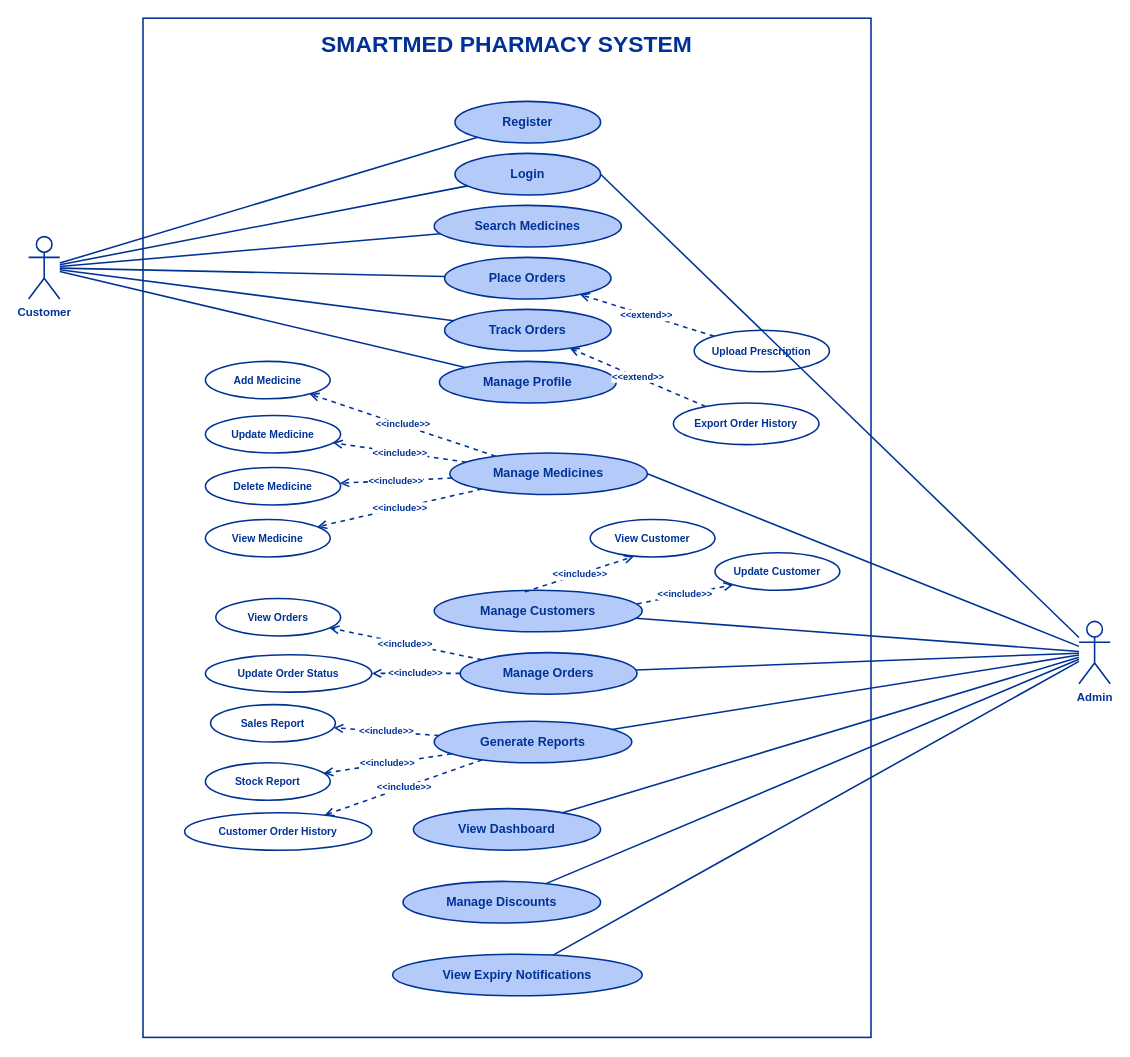
MNSBaanu/SmartMed keeps this draw.io diagram as Docs/Diagrams/Usecase.drawio. Above is the earlier version. Source tidied: cells renumbered, new cells numbered last; positions are measured from the earlier drawing's top-left corner, leaving out a move shared by most shapes. Both pictures are drawn from the tidied source at 104%, with x=0, y=0 at pixel (28, 18).
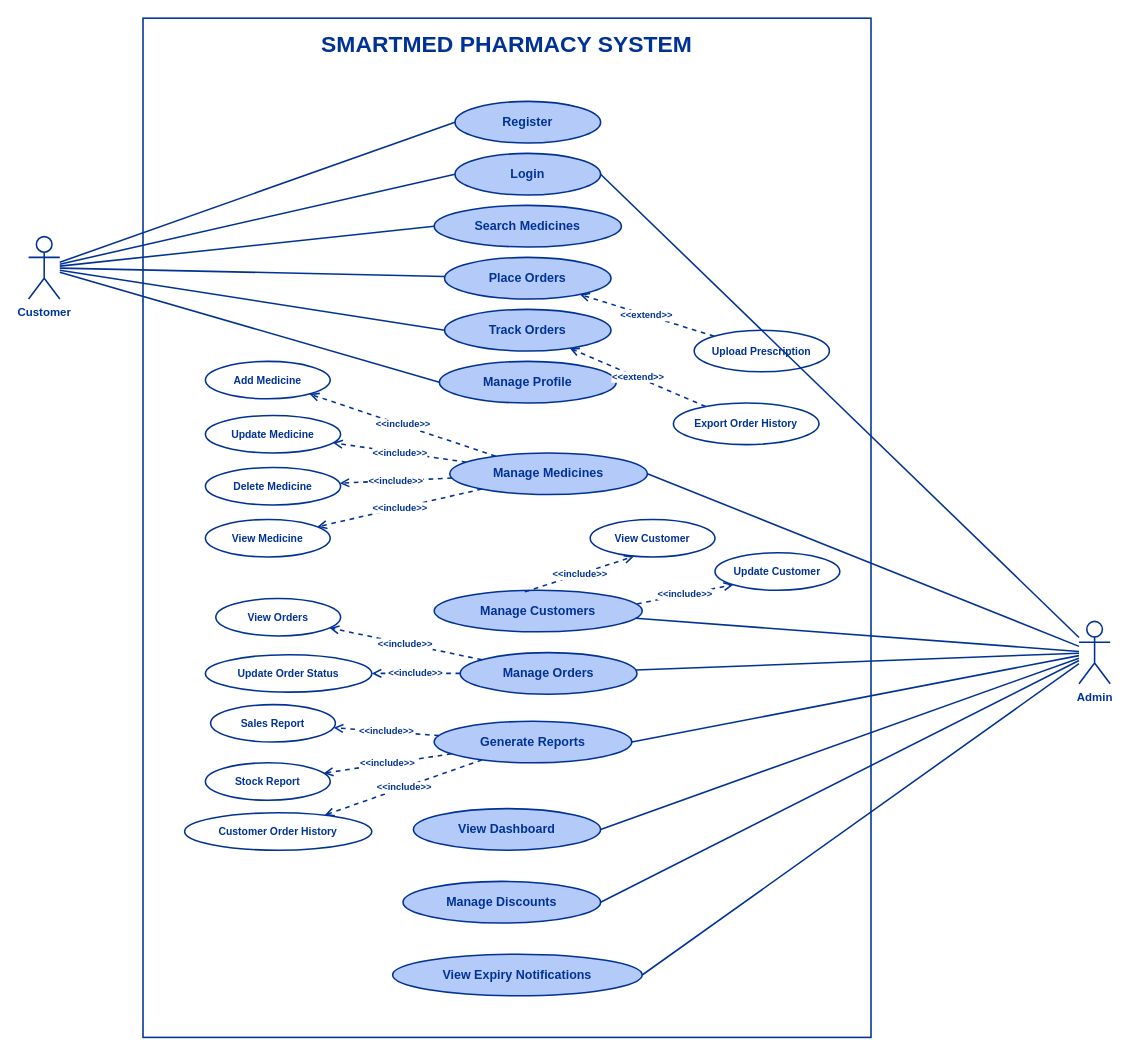
The same page after the edit.

Unchanged cells that the change refers to:
```xml
<mxCell id="3" value="Customer" style="shape=umlActor;verticalLabelPosition=bottom;verticalAlign=top;html=1;outlineConnect=0;strokeColor=#003296;fillColor=none;fontColor=#003296;fontSize=11;strokeWidth=1.5;fontStyle=1;fontFamily=Helvetica;" parent="1" vertex="1">
  <mxGeometry y="210" width="30" height="60" as="geometry" />
</mxCell>
<mxCell id="4" value="Admin" style="shape=umlActor;verticalLabelPosition=bottom;verticalAlign=top;html=1;outlineConnect=0;strokeColor=#003296;fillColor=none;fontColor=#003296;fontSize=11;strokeWidth=1.5;fontStyle=1;fontFamily=Helvetica;" parent="1" vertex="1">
  <mxGeometry x="1010" y="580" width="30" height="60" as="geometry" />
</mxCell>
<mxCell id="5" value="Register" style="ellipse;whiteSpace=wrap;html=1;fillColor=light-dark(#b4cbf9, #4169bb);strokeColor=#003296;fontColor=#003296;strokeWidth=1.5;fontStyle=1;fontFamily=Helvetica;" parent="1" vertex="1">
  <mxGeometry x="410" y="80" width="140" height="40" as="geometry" />
</mxCell>
<mxCell id="6" value="Login" style="ellipse;whiteSpace=wrap;html=1;fillColor=#B4CBF9;strokeColor=#003296;fontColor=#003296;strokeWidth=1.5;fontStyle=1;fontFamily=Helvetica;" parent="1" vertex="1">
  <mxGeometry x="410" y="130" width="140" height="40" as="geometry" />
</mxCell>
<mxCell id="7" value="Search Medicines" style="ellipse;whiteSpace=wrap;html=1;fillColor=#B4CBF9;strokeColor=#003296;fontColor=#003296;strokeWidth=1.5;fontStyle=1;fontFamily=Helvetica;" parent="1" vertex="1">
  <mxGeometry x="390" y="180" width="180" height="40" as="geometry" />
</mxCell>
<mxCell id="9" value="Track Orders" style="ellipse;whiteSpace=wrap;html=1;fillColor=#B4CBF9;strokeColor=#003296;fontColor=#003296;strokeWidth=1.5;fontStyle=1;fontFamily=Helvetica;" parent="1" vertex="1">
  <mxGeometry x="400" y="280" width="160" height="40" as="geometry" />
</mxCell>
<mxCell id="10" value="Manage Profile" style="ellipse;whiteSpace=wrap;html=1;fillColor=#B4CBF9;strokeColor=#003296;fontColor=#003296;strokeWidth=1.5;fontStyle=1;fontFamily=Helvetica;" parent="1" vertex="1">
  <mxGeometry x="395" y="330" width="170" height="40" as="geometry" />
</mxCell>
<mxCell id="14" value="Generate Reports" style="ellipse;whiteSpace=wrap;html=1;fillColor=#B4CBF9;strokeColor=#003296;fontColor=#003296;strokeWidth=1.5;fontStyle=1;fontFamily=Helvetica;" parent="1" vertex="1">
  <mxGeometry x="390" y="676" width="190" height="40" as="geometry" />
</mxCell>
<mxCell id="15" value="View Dashboard" style="ellipse;whiteSpace=wrap;html=1;fillColor=#B4CBF9;strokeColor=#003296;fontColor=#003296;strokeWidth=1.5;fontStyle=1;fontFamily=Helvetica;" parent="1" vertex="1">
  <mxGeometry x="370" y="760" width="180" height="40" as="geometry" />
</mxCell>
<mxCell id="16" value="Manage Discounts" style="ellipse;whiteSpace=wrap;html=1;fillColor=#B4CBF9;strokeColor=#003296;fontColor=#003296;strokeWidth=1.5;fontStyle=1;fontFamily=Helvetica;" parent="1" vertex="1">
  <mxGeometry x="360" y="830" width="190" height="40" as="geometry" />
</mxCell>
<mxCell id="17" value="View Expiry Notifications" style="ellipse;whiteSpace=wrap;html=1;fillColor=#B4CBF9;strokeColor=#003296;fontColor=#003296;strokeWidth=1.5;fontStyle=1;fontFamily=Helvetica;" parent="1" vertex="1">
  <mxGeometry x="350" y="900" width="240" height="40" as="geometry" />
</mxCell>
```

The edit, as a diff of the source:
```diff
@@
-    <mxCell id="29" style="endArrow=none;html=1;strokeColor=#003296;strokeWidth=1.5;fontStyle=1;fontFamily=Helvetica;" parent="1" edge="1" source="3" target="5">
+    <mxCell id="29" style="endArrow=none;html=1;strokeColor=#003296;strokeWidth=1.5;fontStyle=1;fontFamily=Helvetica;entryX=0;entryY=0.5;entryDx=0;entryDy=0;" parent="1" edge="1" source="3" target="5">
       <mxGeometry relative="1" as="geometry" />
     </mxCell>
-    <mxCell id="30" style="endArrow=none;html=1;strokeColor=#003296;strokeWidth=1.5;fontStyle=1;fontFamily=Helvetica;" parent="1" edge="1" source="3" target="6">
+    <mxCell id="30" style="endArrow=none;html=1;strokeColor=#003296;strokeWidth=1.5;fontStyle=1;fontFamily=Helvetica;entryX=0;entryY=0.5;entryDx=0;entryDy=0;entryPerimeter=0;" parent="1" edge="1" source="3" target="6">
       <mxGeometry relative="1" as="geometry" />
     </mxCell>
-    <mxCell id="31" style="endArrow=none;html=1;strokeColor=#003296;strokeWidth=1.5;fontStyle=1;fontFamily=Helvetica;" parent="1" edge="1" source="3" target="7">
-      <mxGeometry relative="1" as="geometry" />
+    <mxCell id="31" style="endArrow=none;html=1;strokeColor=#003296;strokeWidth=1.5;fontStyle=1;fontFamily=Helvetica;" parent="1" edge="1" source="3">
+      <mxGeometry relative="1" as="geometry">
+        <mxPoint x="390" y="200" as="targetPoint" />
+      </mxGeometry>
     </mxCell>
@@
-    <mxCell id="33" style="endArrow=none;html=1;strokeColor=#003296;strokeWidth=1.5;fontStyle=1;fontFamily=Helvetica;" parent="1" edge="1" source="3" target="9">
+    <mxCell id="33" style="endArrow=none;html=1;strokeColor=#003296;strokeWidth=1.5;fontStyle=1;fontFamily=Helvetica;entryX=0;entryY=0.5;entryDx=0;entryDy=0;entryPerimeter=0;" parent="1" edge="1" source="3" target="9">
       <mxGeometry relative="1" as="geometry" />
     </mxCell>
-    <mxCell id="34" style="endArrow=none;html=1;strokeColor=#003296;strokeWidth=1.5;fontStyle=1;fontFamily=Helvetica;" parent="1" edge="1" source="3" target="10">
+    <mxCell id="34" style="endArrow=none;html=1;strokeColor=#003296;strokeWidth=1.5;fontStyle=1;fontFamily=Helvetica;entryX=0;entryY=0.5;entryDx=0;entryDy=0;" parent="1" edge="1" source="3" target="10">
       <mxGeometry relative="1" as="geometry" />
     </mxCell>
@@
-    <mxCell id="39" style="endArrow=none;html=1;strokeColor=#003296;strokeWidth=1.5;fontStyle=1;fontFamily=Helvetica;" parent="1" edge="1" source="4" target="14">
+    <mxCell id="39" style="endArrow=none;html=1;strokeColor=#003296;strokeWidth=1.5;fontStyle=1;fontFamily=Helvetica;entryX=1;entryY=0.5;entryDx=0;entryDy=0;" parent="1" edge="1" source="4" target="14">
       <mxGeometry relative="1" as="geometry" />
     </mxCell>
-    <mxCell id="40" style="endArrow=none;html=1;strokeColor=#003296;strokeWidth=1.5;fontStyle=1;fontFamily=Helvetica;" parent="1" edge="1" source="4" target="15">
+    <mxCell id="40" style="endArrow=none;html=1;strokeColor=#003296;strokeWidth=1.5;fontStyle=1;fontFamily=Helvetica;entryX=1;entryY=0.5;entryDx=0;entryDy=0;" parent="1" edge="1" source="4" target="15">
       <mxGeometry relative="1" as="geometry" />
     </mxCell>
-    <mxCell id="41" style="endArrow=none;html=1;strokeColor=#003296;strokeWidth=1.5;fontStyle=1;fontFamily=Helvetica;" parent="1" edge="1" source="4" target="16">
+    <mxCell id="41" style="endArrow=none;html=1;strokeColor=#003296;strokeWidth=1.5;fontStyle=1;fontFamily=Helvetica;entryX=1;entryY=0.5;entryDx=0;entryDy=0;" parent="1" edge="1" source="4" target="16">
       <mxGeometry relative="1" as="geometry" />
     </mxCell>
-    <mxCell id="42" style="endArrow=none;html=1;strokeColor=#003296;strokeWidth=1.5;fontStyle=1;fontFamily=Helvetica;" parent="1" edge="1" source="4" target="17">
+    <mxCell id="42" style="endArrow=none;html=1;strokeColor=#003296;strokeWidth=1.5;fontStyle=1;fontFamily=Helvetica;entryX=1;entryY=0.5;entryDx=0;entryDy=0;" parent="1" edge="1" source="4" target="17">
       <mxGeometry relative="1" as="geometry" />
     </mxCell>
```
